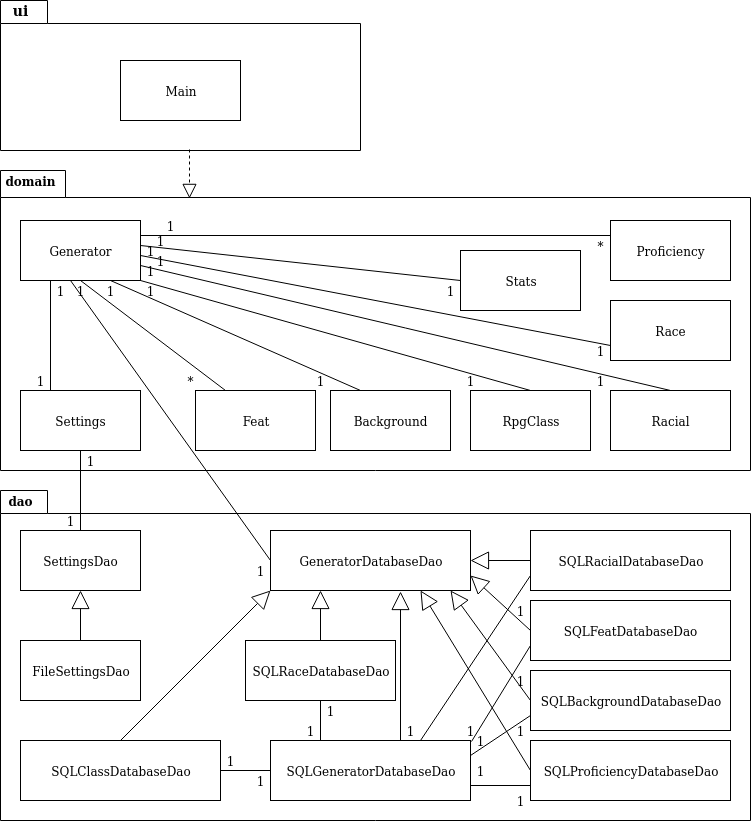
The draw.io diagram dokumentointi/pakkauskaavio.png in Fumblessi/ot-harjoitustyo, before a commit. Source tidied: cells renumbered, new cells last; positions are measured from the earlier drawing's top-left corner, leaving out a move shared by most shapes.
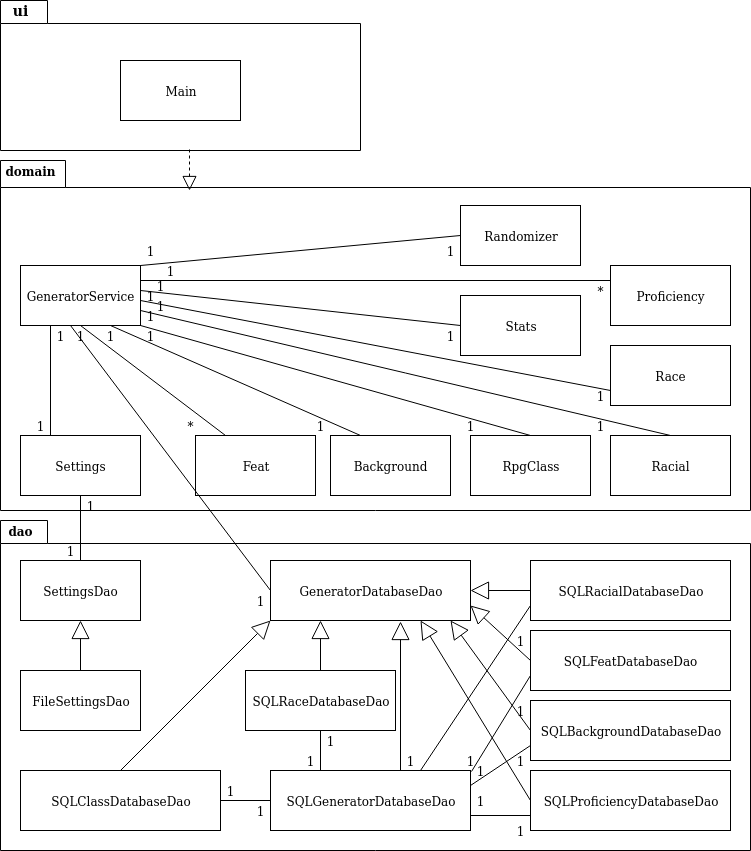
The same diagram one commit later.

Diff of the diagram source:
```diff
@@ -9,57 +9,58 @@
       <mxGeometry width="40" height="20" as="geometry" />
     </mxCell>
     <mxCell id="4" style="shape=folder;fontStyle=1;spacingTop=10;tabWidth=65;tabHeight=27;tabPosition=left;html=1;" parent="1" vertex="1">
-      <mxGeometry y="170" width="750" height="300" as="geometry" />
+      <mxGeometry y="160" width="750" height="350" as="geometry" />
     </mxCell>
     <mxCell id="5" style="shape=folder;fontStyle=1;spacingTop=10;tabWidth=47;tabHeight=23;tabPosition=left;html=1;" parent="1" vertex="1">
-      <mxGeometry y="490" width="750" height="330" as="geometry" />
+      <mxGeometry y="520" width="750" height="330" as="geometry" />
     </mxCell>
     <mxCell id="6" value="&lt;b&gt;domain&lt;/b&gt;" style="text;html=1;strokeColor=none;fillColor=none;align=center;verticalAlign=middle;whiteSpace=wrap;rounded=0;" parent="1" vertex="1">
-      <mxGeometry x="10" y="170" width="40" height="20" as="geometry" />
+      <mxGeometry x="10" y="160" width="40" height="20" as="geometry" />
     </mxCell>
     <mxCell id="7" value="&lt;b&gt;dao&lt;/b&gt;" style="text;html=1;strokeColor=none;fillColor=none;align=center;verticalAlign=middle;whiteSpace=wrap;rounded=0;" parent="1" vertex="1">
-      <mxGeometry y="490" width="40" height="20" as="geometry" />
+      <mxGeometry y="520" width="40" height="20" as="geometry" />
     </mxCell>
     <mxCell id="8" value="Main" style="rounded=0;whiteSpace=wrap;html=1;" parent="1" vertex="1">
       <mxGeometry x="120" y="60" width="120" height="60" as="geometry" />
     </mxCell>
-    <mxCell id="9" style="endArrow=block;dashed=1;endFill=0;endSize=12;html=1;entryX=0.252;entryY=0.093;entryDx=0;entryDy=0;entryPerimeter=0;" parent="1" edge="1" target="4">
+    <mxCell id="9" style="endArrow=block;dashed=1;endFill=0;endSize=12;html=1;" parent="1" edge="1">
       <mxGeometry relative="1" as="geometry">
         <mxPoint x="189" y="149" as="sourcePoint" />
+        <mxPoint x="189" y="190" as="targetPoint" />
       </mxGeometry>
     </mxCell>
-    <mxCell id="10" value="Generator" style="rounded=0;whiteSpace=wrap;html=1;" parent="1" vertex="1">
-      <mxGeometry x="20" y="220" width="120" height="60" as="geometry" />
+    <mxCell id="10" value="GeneratorService" style="rounded=0;whiteSpace=wrap;html=1;" parent="1" vertex="1">
+      <mxGeometry x="20" y="265" width="120" height="60" as="geometry" />
     </mxCell>
     <mxCell id="11" value="Settings" style="rounded=0;whiteSpace=wrap;html=1;" parent="1" vertex="1">
-      <mxGeometry x="20" y="390" width="120" height="60" as="geometry" />
+      <mxGeometry x="20" y="435" width="120" height="60" as="geometry" />
     </mxCell>
     <mxCell id="12" value="Proficiency" style="rounded=0;whiteSpace=wrap;html=1;" parent="1" vertex="1">
-      <mxGeometry x="610" y="220" width="120" height="60" as="geometry" />
+      <mxGeometry x="610" y="265" width="120" height="60" as="geometry" />
     </mxCell>
     <mxCell id="13" value="Background" style="rounded=0;whiteSpace=wrap;html=1;" parent="1" vertex="1">
-      <mxGeometry x="330" y="390" width="120" height="60" as="geometry" />
+      <mxGeometry x="330" y="435" width="120" height="60" as="geometry" />
     </mxCell>
     <mxCell id="14" value="RpgClass" style="rounded=0;whiteSpace=wrap;html=1;" parent="1" vertex="1">
-      <mxGeometry x="470" y="390" width="120" height="60" as="geometry" />
+      <mxGeometry x="470" y="435" width="120" height="60" as="geometry" />
     </mxCell>
     <mxCell id="15" value="Racial" style="rounded=0;whiteSpace=wrap;html=1;" parent="1" vertex="1">
-      <mxGeometry x="610" y="390" width="120" height="60" as="geometry" />
+      <mxGeometry x="610" y="435" width="120" height="60" as="geometry" />
     </mxCell>
     <mxCell id="16" value="Feat" style="rounded=0;whiteSpace=wrap;html=1;" parent="1" vertex="1">
-      <mxGeometry x="195" y="390" width="120" height="60" as="geometry" />
+      <mxGeometry x="195" y="435" width="120" height="60" as="geometry" />
     </mxCell>
     <mxCell id="17" value="SettingsDao" style="rounded=0;whiteSpace=wrap;html=1;" parent="1" vertex="1">
-      <mxGeometry x="20" y="530" width="120" height="60" as="geometry" />
+      <mxGeometry x="20" y="560" width="120" height="60" as="geometry" />
     </mxCell>
     <mxCell id="18" value="FileSettingsDao" style="rounded=0;whiteSpace=wrap;html=1;" parent="1" vertex="1">
-      <mxGeometry x="20" y="640" width="120" height="60" as="geometry" />
+      <mxGeometry x="20" y="670" width="120" height="60" as="geometry" />
     </mxCell>
     <mxCell id="19" value="GeneratorDatabaseDao" style="rounded=0;whiteSpace=wrap;html=1;" parent="1" vertex="1">
-      <mxGeometry x="270" y="530" width="200" height="60" as="geometry" />
+      <mxGeometry x="270" y="560" width="200" height="60" as="geometry" />
     </mxCell>
     <mxCell id="20" value="SQLGeneratorDatabaseDao" style="rounded=0;whiteSpace=wrap;html=1;" parent="1" vertex="1">
-      <mxGeometry x="270" y="740" width="200" height="60" as="geometry" />
+      <mxGeometry x="270" y="770" width="200" height="60" as="geometry" />
     </mxCell>
     <mxCell id="21" style="endArrow=none;html=1;entryX=0.25;entryY=1;entryDx=0;entryDy=0;exitX=0.25;exitY=0;exitDx=0;exitDy=0;" parent="1" edge="1" source="11" target="10">
       <mxGeometry relative="1" as="geometry" />
@@ -78,7 +79,7 @@
     </mxCell>
     <mxCell id="26" style="endArrow=none;html=1;exitX=0;exitY=0.25;exitDx=0;exitDy=0;entryX=0;entryY=0.25;entryDx=0;entryDy=0;" parent="1" edge="1" source="12">
       <mxGeometry relative="1" as="geometry">
-        <mxPoint x="140" y="235" as="targetPoint" />
+        <mxPoint x="140" y="280" as="targetPoint" />
       </mxGeometry>
     </mxCell>
     <mxCell id="27" style="endArrow=none;html=1;entryX=0.5;entryY=1;entryDx=0;entryDy=0;exitX=0.5;exitY=0;exitDx=0;exitDy=0;" parent="1" edge="1" source="17" target="11">
@@ -88,72 +89,72 @@
       <mxGeometry relative="1" as="geometry" />
     </mxCell>
     <mxCell id="29" value="1" style="text;html=1;strokeColor=none;fillColor=none;align=center;verticalAlign=middle;whiteSpace=wrap;rounded=0;" parent="1" vertex="1">
-      <mxGeometry x="50" y="510" width="40" height="20" as="geometry" />
+      <mxGeometry x="50" y="540" width="40" height="20" as="geometry" />
     </mxCell>
     <mxCell id="30" value="1" style="text;html=1;strokeColor=none;fillColor=none;align=center;verticalAlign=middle;whiteSpace=wrap;rounded=0;" parent="1" vertex="1">
-      <mxGeometry x="70" y="450" width="40" height="20" as="geometry" />
+      <mxGeometry x="70" y="495" width="40" height="20" as="geometry" />
     </mxCell>
     <mxCell id="31" value="1" style="text;html=1;strokeColor=none;fillColor=none;align=center;verticalAlign=middle;whiteSpace=wrap;rounded=0;" parent="1" vertex="1">
-      <mxGeometry x="20" y="370" width="40" height="20" as="geometry" />
+      <mxGeometry x="20" y="415" width="40" height="20" as="geometry" />
     </mxCell>
     <mxCell id="32" value="1" style="text;html=1;strokeColor=none;fillColor=none;align=center;verticalAlign=middle;whiteSpace=wrap;rounded=0;" parent="1" vertex="1">
-      <mxGeometry x="40" y="280" width="40" height="20" as="geometry" />
+      <mxGeometry x="40" y="325" width="40" height="20" as="geometry" />
     </mxCell>
     <mxCell id="33" value="1" style="text;html=1;strokeColor=none;fillColor=none;align=center;verticalAlign=middle;whiteSpace=wrap;rounded=0;" parent="1" vertex="1">
-      <mxGeometry x="60" y="280" width="40" height="20" as="geometry" />
+      <mxGeometry x="60" y="325" width="40" height="20" as="geometry" />
     </mxCell>
     <mxCell id="34" value="1" style="text;html=1;strokeColor=none;fillColor=none;align=center;verticalAlign=middle;whiteSpace=wrap;rounded=0;" parent="1" vertex="1">
-      <mxGeometry x="90" y="280" width="40" height="20" as="geometry" />
+      <mxGeometry x="90" y="325" width="40" height="20" as="geometry" />
     </mxCell>
     <mxCell id="35" value="1" style="text;html=1;strokeColor=none;fillColor=none;align=center;verticalAlign=middle;whiteSpace=wrap;rounded=0;" parent="1" vertex="1">
-      <mxGeometry x="130" y="280" width="40" height="20" as="geometry" />
+      <mxGeometry x="130" y="325" width="40" height="20" as="geometry" />
     </mxCell>
     <mxCell id="36" value="1" style="text;html=1;strokeColor=none;fillColor=none;align=center;verticalAlign=middle;whiteSpace=wrap;rounded=0;" parent="1" vertex="1">
-      <mxGeometry x="240" y="560" width="40" height="20" as="geometry" />
+      <mxGeometry x="240" y="590" width="40" height="20" as="geometry" />
     </mxCell>
     <mxCell id="37" value="*" style="text;html=1;strokeColor=none;fillColor=none;align=center;verticalAlign=middle;whiteSpace=wrap;rounded=0;" parent="1" vertex="1">
-      <mxGeometry x="170" y="370" width="40" height="20" as="geometry" />
+      <mxGeometry x="170" y="415" width="40" height="20" as="geometry" />
     </mxCell>
     <mxCell id="38" value="1" style="text;html=1;strokeColor=none;fillColor=none;align=center;verticalAlign=middle;whiteSpace=wrap;rounded=0;" parent="1" vertex="1">
-      <mxGeometry x="300" y="370" width="40" height="20" as="geometry" />
+      <mxGeometry x="300" y="415" width="40" height="20" as="geometry" />
     </mxCell>
     <mxCell id="39" value="1" style="text;html=1;strokeColor=none;fillColor=none;align=center;verticalAlign=middle;whiteSpace=wrap;rounded=0;" parent="1" vertex="1">
-      <mxGeometry x="450" y="370" width="40" height="20" as="geometry" />
+      <mxGeometry x="450" y="415" width="40" height="20" as="geometry" />
     </mxCell>
     <mxCell id="40" value="1" style="text;html=1;strokeColor=none;fillColor=none;align=center;verticalAlign=middle;whiteSpace=wrap;rounded=0;" parent="1" vertex="1">
-      <mxGeometry x="580" y="370" width="40" height="20" as="geometry" />
+      <mxGeometry x="580" y="415" width="40" height="20" as="geometry" />
     </mxCell>
     <mxCell id="41" value="*" style="text;html=1;strokeColor=none;fillColor=none;align=center;verticalAlign=middle;whiteSpace=wrap;rounded=0;" parent="1" vertex="1">
-      <mxGeometry x="580" y="235" width="40" height="20" as="geometry" />
+      <mxGeometry x="580" y="280" width="40" height="20" as="geometry" />
     </mxCell>
     <mxCell id="42" value="Stats" style="rounded=0;whiteSpace=wrap;html=1;" parent="1" vertex="1">
-      <mxGeometry x="460" y="250" width="120" height="60" as="geometry" />
+      <mxGeometry x="460" y="295" width="120" height="60" as="geometry" />
     </mxCell>
     <mxCell id="43" style="endArrow=none;html=1;entryX=0;entryY=0.25;entryDx=0;entryDy=0;exitX=0;exitY=0.5;exitDx=0;exitDy=0;" parent="1" edge="1" source="42">
       <mxGeometry relative="1" as="geometry">
-        <mxPoint x="140" y="245" as="targetPoint" />
+        <mxPoint x="140" y="290" as="targetPoint" />
       </mxGeometry>
     </mxCell>
     <mxCell id="44" value="1" style="text;html=1;strokeColor=none;fillColor=none;align=center;verticalAlign=middle;whiteSpace=wrap;rounded=0;" parent="1" vertex="1">
-      <mxGeometry x="430" y="280" width="40" height="20" as="geometry" />
+      <mxGeometry x="430" y="325" width="40" height="20" as="geometry" />
     </mxCell>
     <mxCell id="45" style="endArrow=block;endSize=16;endFill=0;html=1;exitX=0.25;exitY=1;exitDx=0;exitDy=0;entryX=0.65;entryY=1.017;entryDx=0;entryDy=0;entryPerimeter=0;" parent="1" edge="1" source="67" target="19">
       <mxGeometry relative="1" as="geometry" />
     </mxCell>
     <mxCell id="46" value="SQLProficiencyDatabaseDao" style="rounded=0;whiteSpace=wrap;html=1;" parent="1" vertex="1">
-      <mxGeometry x="530" y="740" width="200" height="60" as="geometry" />
+      <mxGeometry x="530" y="770" width="200" height="60" as="geometry" />
     </mxCell>
     <mxCell id="47" value="SQLRacialDatabaseDao" style="rounded=0;whiteSpace=wrap;html=1;" parent="1" vertex="1">
-      <mxGeometry x="530" y="530" width="200" height="60" as="geometry" />
+      <mxGeometry x="530" y="560" width="200" height="60" as="geometry" />
     </mxCell>
     <mxCell id="48" value="SQLClassDatabaseDao" style="rounded=0;whiteSpace=wrap;html=1;" parent="1" vertex="1">
-      <mxGeometry x="20" y="740" width="200" height="60" as="geometry" />
+      <mxGeometry x="20" y="770" width="200" height="60" as="geometry" />
     </mxCell>
     <mxCell id="49" value="SQLBackgroundDatabaseDao" style="rounded=0;whiteSpace=wrap;html=1;" parent="1" vertex="1">
-      <mxGeometry x="530" y="670" width="200" height="60" as="geometry" />
+      <mxGeometry x="530" y="700" width="200" height="60" as="geometry" />
     </mxCell>
     <mxCell id="50" value="SQLFeatDatabaseDao" style="rounded=0;whiteSpace=wrap;html=1;" parent="1" vertex="1">
-      <mxGeometry x="530" y="600" width="200" height="60" as="geometry" />
+      <mxGeometry x="530" y="630" width="200" height="60" as="geometry" />
     </mxCell>
     <mxCell id="51" style="endArrow=block;endSize=16;endFill=0;html=1;entryX=0;entryY=1;entryDx=0;entryDy=0;exitX=0.5;exitY=0;exitDx=0;exitDy=0;entryPerimeter=0;" parent="1" edge="1" source="48" target="19">
       <mxGeometry relative="1" as="geometry" />
@@ -184,44 +185,44 @@
     </mxCell>
     <mxCell id="60" style="endArrow=none;html=1;exitX=1;exitY=0.5;exitDx=0;exitDy=0;" parent="1" edge="1" source="48">
       <mxGeometry relative="1" as="geometry">
-        <mxPoint x="270" y="770" as="targetPoint" />
+        <mxPoint x="270" y="800" as="targetPoint" />
       </mxGeometry>
     </mxCell>
     <mxCell id="61" value="1" style="text;html=1;strokeColor=none;fillColor=none;align=center;verticalAlign=middle;whiteSpace=wrap;rounded=0;" parent="1" vertex="1">
-      <mxGeometry x="210" y="750" width="40" height="20" as="geometry" />
+      <mxGeometry x="210" y="780" width="40" height="20" as="geometry" />
     </mxCell>
     <mxCell id="62" value="1" style="text;html=1;strokeColor=none;fillColor=none;align=center;verticalAlign=middle;whiteSpace=wrap;rounded=0;" parent="1" vertex="1">
-      <mxGeometry x="240" y="770" width="40" height="20" as="geometry" />
+      <mxGeometry x="240" y="800" width="40" height="20" as="geometry" />
     </mxCell>
     <mxCell id="63" value="1" style="text;html=1;strokeColor=none;fillColor=none;align=center;verticalAlign=middle;whiteSpace=wrap;rounded=0;" parent="1" vertex="1">
-      <mxGeometry x="460" y="760" width="40" height="20" as="geometry" />
+      <mxGeometry x="460" y="790" width="40" height="20" as="geometry" />
     </mxCell>
     <mxCell id="64" value="1" style="text;html=1;strokeColor=none;fillColor=none;align=center;verticalAlign=middle;whiteSpace=wrap;rounded=0;" parent="1" vertex="1">
-      <mxGeometry x="500" y="790" width="40" height="20" as="geometry" />
+      <mxGeometry x="500" y="820" width="40" height="20" as="geometry" />
     </mxCell>
     <mxCell id="65" value="1" style="text;html=1;strokeColor=none;fillColor=none;align=center;verticalAlign=middle;whiteSpace=wrap;rounded=0;" parent="1" vertex="1">
-      <mxGeometry x="460" y="730" width="40" height="20" as="geometry" />
+      <mxGeometry x="460" y="760" width="40" height="20" as="geometry" />
     </mxCell>
     <mxCell id="66" value="1" style="text;html=1;strokeColor=none;fillColor=none;align=center;verticalAlign=middle;whiteSpace=wrap;rounded=0;" parent="1" vertex="1">
-      <mxGeometry x="450" y="720" width="40" height="20" as="geometry" />
+      <mxGeometry x="450" y="750" width="40" height="20" as="geometry" />
     </mxCell>
     <mxCell id="67" value="1" style="text;html=1;strokeColor=none;fillColor=none;align=center;verticalAlign=middle;whiteSpace=wrap;rounded=0;" parent="1" vertex="1">
-      <mxGeometry x="390" y="720" width="40" height="20" as="geometry" />
+      <mxGeometry x="390" y="750" width="40" height="20" as="geometry" />
     </mxCell>
     <mxCell id="68" value="1" style="text;html=1;strokeColor=none;fillColor=none;align=center;verticalAlign=middle;whiteSpace=wrap;rounded=0;" parent="1" vertex="1">
-      <mxGeometry x="500" y="720" width="40" height="20" as="geometry" />
+      <mxGeometry x="500" y="750" width="40" height="20" as="geometry" />
     </mxCell>
     <mxCell id="69" value="1" style="text;html=1;strokeColor=none;fillColor=none;align=center;verticalAlign=middle;whiteSpace=wrap;rounded=0;" parent="1" vertex="1">
-      <mxGeometry x="500" y="670" width="40" height="20" as="geometry" />
+      <mxGeometry x="500" y="700" width="40" height="20" as="geometry" />
     </mxCell>
     <mxCell id="70" value="1" style="text;html=1;strokeColor=none;fillColor=none;align=center;verticalAlign=middle;whiteSpace=wrap;rounded=0;" parent="1" vertex="1">
-      <mxGeometry x="500" y="600" width="40" height="20" as="geometry" />
+      <mxGeometry x="500" y="630" width="40" height="20" as="geometry" />
     </mxCell>
     <mxCell id="71" style="endArrow=none;html=1;entryX=0.25;entryY=0;entryDx=0;entryDy=0;exitX=0.75;exitY=0;exitDx=0;exitDy=0;" parent="1" edge="1" source="36" target="33">
       <mxGeometry relative="1" as="geometry" />
     </mxCell>
     <mxCell id="72" value="SQLRaceDatabaseDao" style="rounded=0;whiteSpace=wrap;html=1;" parent="1" vertex="1">
-      <mxGeometry x="245" y="640" width="150" height="60" as="geometry" />
+      <mxGeometry x="245" y="670" width="150" height="60" as="geometry" />
     </mxCell>
     <mxCell id="73" style="endArrow=none;html=1;entryX=0.25;entryY=0;entryDx=0;entryDy=0;exitX=0.5;exitY=1;exitDx=0;exitDy=0;" parent="1" edge="1" source="72" target="20">
       <mxGeometry relative="1" as="geometry" />
@@ -230,36 +231,48 @@
       <mxGeometry relative="1" as="geometry" />
     </mxCell>
     <mxCell id="75" value="1" style="text;html=1;strokeColor=none;fillColor=none;align=center;verticalAlign=middle;whiteSpace=wrap;rounded=0;" parent="1" vertex="1">
-      <mxGeometry x="310" y="700" width="40" height="20" as="geometry" />
+      <mxGeometry x="310" y="730" width="40" height="20" as="geometry" />
     </mxCell>
     <mxCell id="76" value="1" style="text;html=1;strokeColor=none;fillColor=none;align=center;verticalAlign=middle;whiteSpace=wrap;rounded=0;" parent="1" vertex="1">
-      <mxGeometry x="290" y="720" width="40" height="20" as="geometry" />
+      <mxGeometry x="290" y="750" width="40" height="20" as="geometry" />
     </mxCell>
     <mxCell id="77" value="Race" style="rounded=0;whiteSpace=wrap;html=1;" parent="1" vertex="1">
-      <mxGeometry x="610" y="300" width="120" height="60" as="geometry" />
+      <mxGeometry x="610" y="345" width="120" height="60" as="geometry" />
     </mxCell>
     <mxCell id="78" style="endArrow=none;html=1;exitX=0;exitY=0.75;exitDx=0;exitDy=0;entryX=0;entryY=0.75;entryDx=0;entryDy=0;" parent="1" edge="1" source="77">
       <mxGeometry relative="1" as="geometry">
-        <mxPoint x="140" y="255" as="targetPoint" />
+        <mxPoint x="140" y="300" as="targetPoint" />
       </mxGeometry>
     </mxCell>
     <mxCell id="79" value="1" style="text;html=1;strokeColor=none;fillColor=none;align=center;verticalAlign=middle;whiteSpace=wrap;rounded=0;" parent="1" vertex="1">
-      <mxGeometry x="130" y="260" width="40" height="20" as="geometry" />
+      <mxGeometry x="130" y="305" width="40" height="20" as="geometry" />
     </mxCell>
     <mxCell id="80" value="1" style="text;html=1;strokeColor=none;fillColor=none;align=center;verticalAlign=middle;whiteSpace=wrap;rounded=0;" parent="1" vertex="1">
-      <mxGeometry x="140" y="230" width="40" height="20" as="geometry" />
+      <mxGeometry x="140" y="275" width="40" height="20" as="geometry" />
     </mxCell>
     <mxCell id="81" value="1" style="text;html=1;strokeColor=none;fillColor=none;align=center;verticalAlign=middle;whiteSpace=wrap;rounded=0;" parent="1" vertex="1">
-      <mxGeometry x="150" y="215" width="40" height="20" as="geometry" />
+      <mxGeometry x="150" y="260" width="40" height="20" as="geometry" />
     </mxCell>
     <mxCell id="82" value="1" style="text;html=1;strokeColor=none;fillColor=none;align=center;verticalAlign=middle;whiteSpace=wrap;rounded=0;" parent="1" vertex="1">
-      <mxGeometry x="580" y="340" width="40" height="20" as="geometry" />
+      <mxGeometry x="580" y="385" width="40" height="20" as="geometry" />
     </mxCell>
     <mxCell id="83" value="1" style="text;html=1;strokeColor=none;fillColor=none;align=center;verticalAlign=middle;whiteSpace=wrap;rounded=0;" parent="1" vertex="1">
-      <mxGeometry x="140" y="250" width="40" height="20" as="geometry" />
+      <mxGeometry x="140" y="295" width="40" height="20" as="geometry" />
     </mxCell>
     <mxCell id="84" value="1" style="text;html=1;strokeColor=none;fillColor=none;align=center;verticalAlign=middle;whiteSpace=wrap;rounded=0;" parent="1" vertex="1">
-      <mxGeometry x="130" y="240" width="40" height="20" as="geometry" />
+      <mxGeometry x="130" y="285" width="40" height="20" as="geometry" />
     </mxCell>
+    <mxCell id="85" value="Randomizer" style="rounded=0;whiteSpace=wrap;html=1;" parent="1" vertex="1">
+      <mxGeometry x="460" y="205" width="120" height="60" as="geometry" />
+    </mxCell>
+    <mxCell id="86" style="endArrow=none;html=1;entryX=0;entryY=0.5;entryDx=0;entryDy=0;exitX=1;exitY=0;exitDx=0;exitDy=0;" parent="1" edge="1" source="10" target="85">
+      <mxGeometry relative="1" as="geometry" />
+    </mxCell>
+    <mxCell id="87" value="1" style="text;html=1;strokeColor=none;fillColor=none;align=center;verticalAlign=middle;whiteSpace=wrap;rounded=0;" parent="1" vertex="1">
+      <mxGeometry x="130" y="240" width="40" height="20" as="geometry" />
+    </mxCell>
+    <mxCell id="88" value="1" style="text;html=1;strokeColor=none;fillColor=none;align=center;verticalAlign=middle;whiteSpace=wrap;rounded=0;" parent="1" vertex="1">
+      <mxGeometry x="430" y="240" width="40" height="20" as="geometry" />
+    </mxCell>
   </root>
 </mxGraphModel>
```
